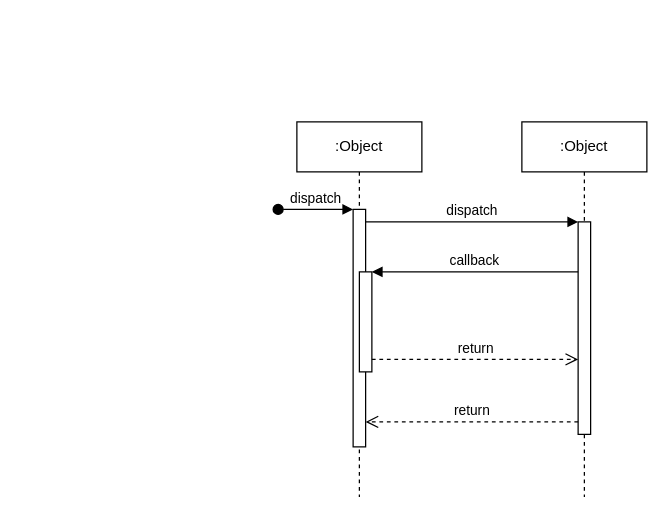
Above: Diagrama_de_sequencia_2.drawio in ProjetoDelimeterSite/DelimeterDocumantacao (draw.io), before the change. Source tidied: cells renumbered, new cells numbered last; positions are measured from the earlier drawing's top-left corner, leaving out a move shared by most shapes. Both pictures are drawn from the tidied source at 125%, with x=0, y=0 at pixel (278, 121).
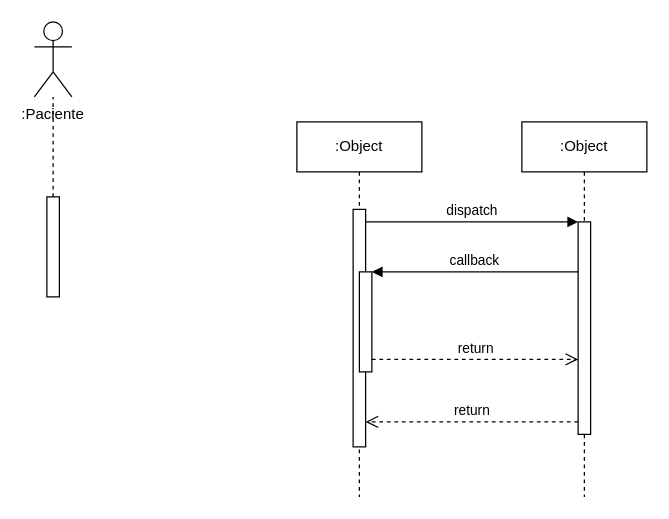
Above is the later version.

Diff of the diagram source:
```diff
@@
 <mxGraphModel>
   <root>
     <mxCell id="0" />
     <mxCell id="1" parent="0" />
+    <mxCell id="12" style="rounded=0;jettySize=auto;html=1;dashed=1;endArrow=none;endFill=0;textShadow=0;labelBackgroundColor=light-dark(default, #ffffff);" parent="1" edge="1" source="13" target="14">
+      <mxGeometry relative="1" as="geometry" />
+    </mxCell>
     <mxCell id="2" value=":Object" style="shape=umlLifeline;perimeter=lifelinePerimeter;whiteSpace=wrap;html=1;newEdgeStyle={&quot;edgeStyle&quot;:&quot;elbowEdgeStyle&quot;,&quot;elbow&quot;:&quot;vertical&quot;,&quot;curved&quot;:0,&quot;rounded&quot;:0};" parent="1" vertex="1">
       <mxGeometry x="15" width="100" height="300" as="geometry" />
     </mxCell>
     <mxCell id="3" style="html=1;points=[];perimeter=orthogonalPerimeter;outlineConnect=0;targetShapes=umlLifeline;portConstraint=eastwest;newEdgeStyle={&quot;edgeStyle&quot;:&quot;elbowEdgeStyle&quot;,&quot;elbow&quot;:&quot;vertical&quot;,&quot;curved&quot;:0,&quot;rounded&quot;:0};" parent="2" vertex="1">
       <mxGeometry x="45" y="70" width="10" height="190" as="geometry" />
     </mxCell>
-    <mxCell id="4" value="dispatch" style="html=1;verticalAlign=bottom;startArrow=oval;endArrow=block;startSize=8;edgeStyle=elbowEdgeStyle;elbow=vertical;curved=0;rounded=0;" parent="2" edge="1" target="3">
-      <mxGeometry relative="1" as="geometry">
-        <mxPoint x="-15" y="70" as="sourcePoint" />
-      </mxGeometry>
-    </mxCell>
     <mxCell id="5" style="html=1;points=[];perimeter=orthogonalPerimeter;outlineConnect=0;targetShapes=umlLifeline;portConstraint=eastwest;newEdgeStyle={&quot;edgeStyle&quot;:&quot;elbowEdgeStyle&quot;,&quot;elbow&quot;:&quot;vertical&quot;,&quot;curved&quot;:0,&quot;rounded&quot;:0};" parent="2" vertex="1">
       <mxGeometry x="50" y="120" width="10" height="80" as="geometry" />
     </mxCell>
     <mxCell id="6" value=":Object" style="shape=umlLifeline;perimeter=lifelinePerimeter;whiteSpace=wrap;html=1;newEdgeStyle={&quot;edgeStyle&quot;:&quot;elbowEdgeStyle&quot;,&quot;elbow&quot;:&quot;vertical&quot;,&quot;curved&quot;:0,&quot;rounded&quot;:0};" parent="1" vertex="1">
       <mxGeometry x="195" width="100" height="300" as="geometry" />
     </mxCell>
     <mxCell id="7" style="html=1;points=[];perimeter=orthogonalPerimeter;outlineConnect=0;targetShapes=umlLifeline;portConstraint=eastwest;newEdgeStyle={&quot;edgeStyle&quot;:&quot;elbowEdgeStyle&quot;,&quot;elbow&quot;:&quot;vertical&quot;,&quot;curved&quot;:0,&quot;rounded&quot;:0};" parent="6" vertex="1">
       <mxGeometry x="45" y="80" width="10" height="170" as="geometry" />
     </mxCell>
     <mxCell id="8" value="dispatch" style="html=1;verticalAlign=bottom;endArrow=block;edgeStyle=elbowEdgeStyle;elbow=vertical;curved=0;rounded=0;" parent="1" edge="1" source="3" target="7">
       <mxGeometry relative="1" as="geometry">
         <Array as="points">
           <mxPoint x="155" y="80" />
         </Array>
       </mxGeometry>
     </mxCell>
     <mxCell id="9" value="return" style="html=1;verticalAlign=bottom;endArrow=open;dashed=1;endSize=8;edgeStyle=elbowEdgeStyle;elbow=vertical;curved=0;rounded=0;" parent="1" edge="1" source="7" target="3">
       <mxGeometry relative="1" as="geometry">
         <Array as="points">
           <mxPoint x="165" y="240" />
         </Array>
       </mxGeometry>
     </mxCell>
     <mxCell id="10" value="callback" style="html=1;verticalAlign=bottom;endArrow=block;edgeStyle=elbowEdgeStyle;elbow=vertical;curved=0;rounded=0;" parent="1" edge="1" source="7" target="5">
       <mxGeometry relative="1" as="geometry">
         <Array as="points">
           <mxPoint x="165" y="120" />
         </Array>
       </mxGeometry>
     </mxCell>
     <mxCell id="11" value="return" style="html=1;verticalAlign=bottom;endArrow=open;dashed=1;endSize=8;edgeStyle=elbowEdgeStyle;elbow=vertical;curved=0;rounded=0;" parent="1" edge="1" source="5" target="7">
       <mxGeometry relative="1" as="geometry">
         <Array as="points">
           <mxPoint x="155" y="190" />
         </Array>
       </mxGeometry>
     </mxCell>
+    <mxCell id="13" style="html=1;points=[[0,0,0,0,5],[0,1,0,0,-5],[1,0,0,0,5],[1,1,0,0,-5]];perimeter=orthogonalPerimeter;outlineConnect=0;targetShapes=umlLifeline;portConstraint=eastwest;newEdgeStyle={&quot;curved&quot;:0,&quot;rounded&quot;:0};" parent="1" vertex="1">
+      <mxGeometry x="-185" y="60" width="10" height="80" as="geometry" />
+    </mxCell>
+    <mxCell id="14" value="&lt;span style=&quot;&quot;&gt;:Paciente&lt;/span&gt;" style="shape=umlActor;verticalLabelPosition=bottom;verticalAlign=top;html=1;labelBackgroundColor=none;labelBorderColor=none;textShadow=0;whiteSpace=wrap;" parent="1" vertex="1">
+      <mxGeometry x="-195" y="-80" width="30" height="60" as="geometry" />
+    </mxCell>
   </root>
 </mxGraphModel>
```
